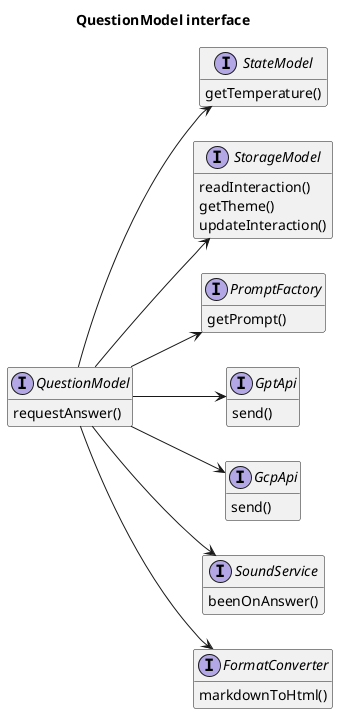
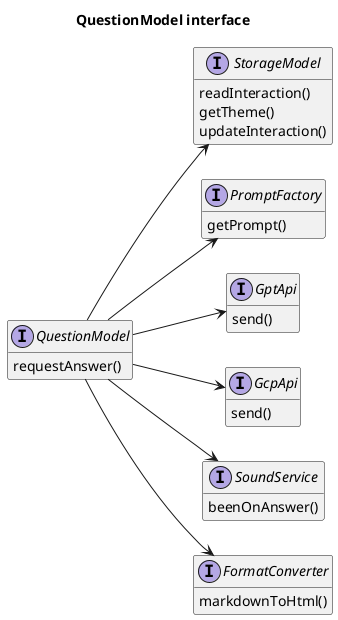
@startuml
hide empty members
left to right direction

title QuestionModel interface

interface QuestionModel {
    requestAnswer()
- }
- interface StateModel {
-     getTemperature()
}
interface StorageModel {
    readInteraction()
    getTheme()
    updateInteraction()
}
interface PromptFactory {
    getPrompt()
}
interface GptApi {
    send()
}
interface GcpApi {
    send()
}
interface SoundService {
    beenOnAnswer()
}
interface FormatConverter {
    markdownToHtml()
}

- QuestionModel --> StateModel
QuestionModel --> StorageModel
QuestionModel --> PromptFactory
QuestionModel --> GptApi
QuestionModel --> GcpApi
QuestionModel --> SoundService
QuestionModel --> FormatConverter

@enduml